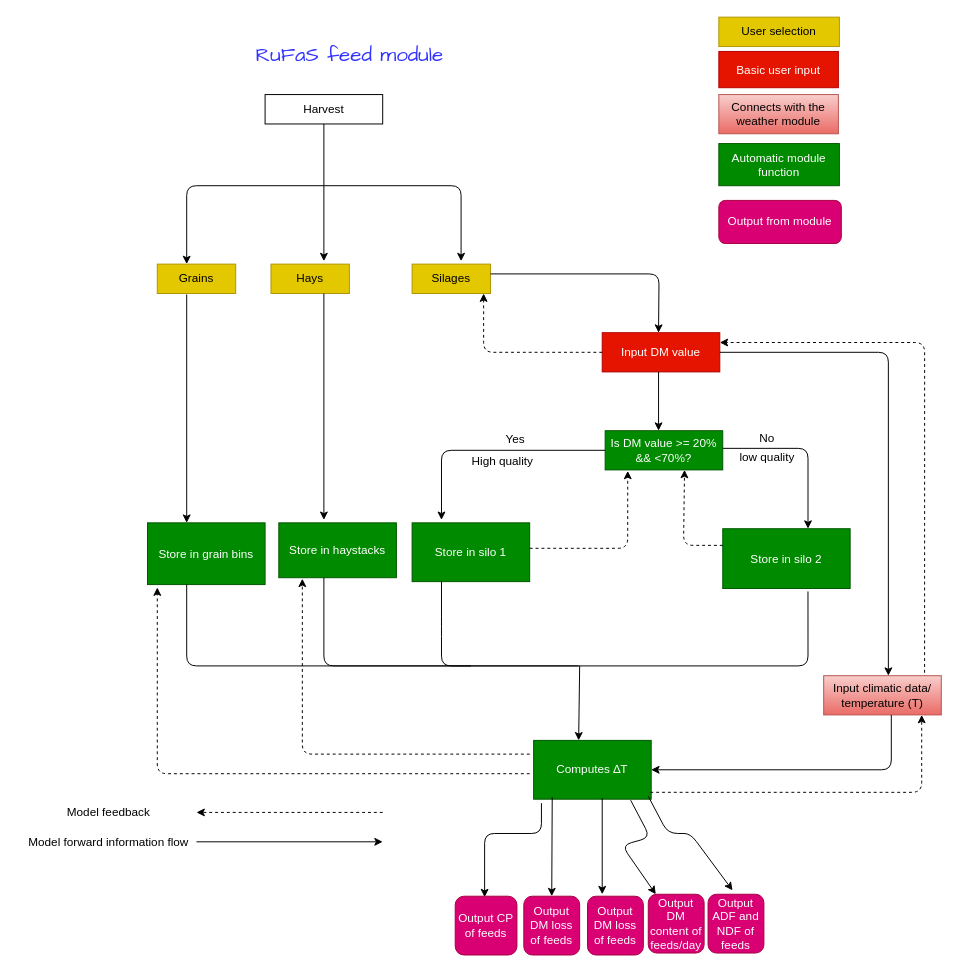
Before: Untitled Diagram.drawio in Victor-Oribamise/AnimalMachineLerning, a draw.io diagram. Source tidied: cells renumbered, new cells numbered last; positions are measured from the earlier drawing's top-left corner, leaving out a move shared by most shapes. Both pictures are drawn from the tidied source at 98%, with x=0, y=0 at pixel (20, 17).
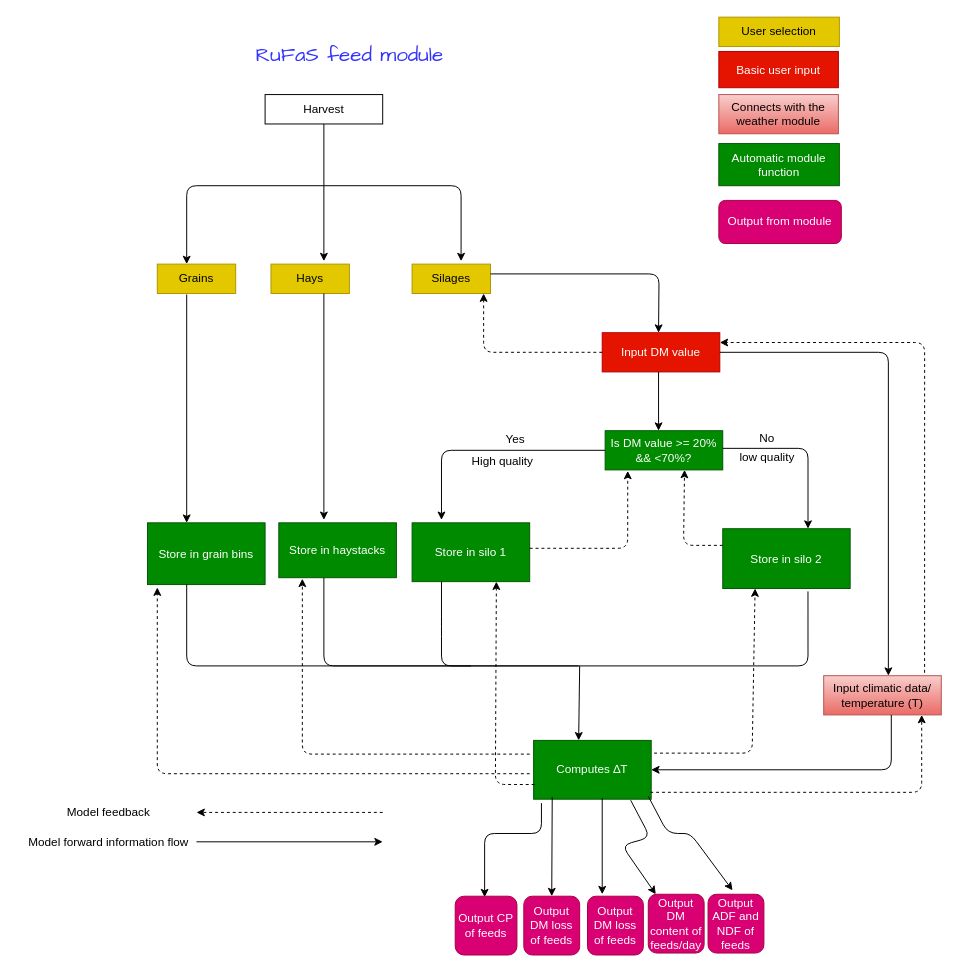
The same page after the edit.

Change to the diagram source:
```diff
@@
+    <mxCell id="63" style="endArrow=classic;html=1;dashed=1;exitX=1;exitY=0.433;exitDx=0;exitDy=0;exitPerimeter=0;" parent="1" edge="1">
+      <mxGeometry relative="1" as="geometry">
+        <mxPoint x="647" y="751" as="sourcePoint" />
+        <mxPoint x="750" y="583" as="targetPoint" />
+        <Array as="points">
+          <mxPoint x="747" y="751" />
+        </Array>
+      </mxGeometry>
+    </mxCell>
+    <mxCell id="64" style="endArrow=classic;html=1;dashed=1;" parent="1" edge="1">
+      <mxGeometry relative="1" as="geometry">
+        <mxPoint x="525" y="783" as="sourcePoint" />
+        <mxPoint x="486" y="576" as="targetPoint" />
+        <Array as="points">
+          <mxPoint x="485" y="783" />
+        </Array>
+      </mxGeometry>
+    </mxCell>
```
